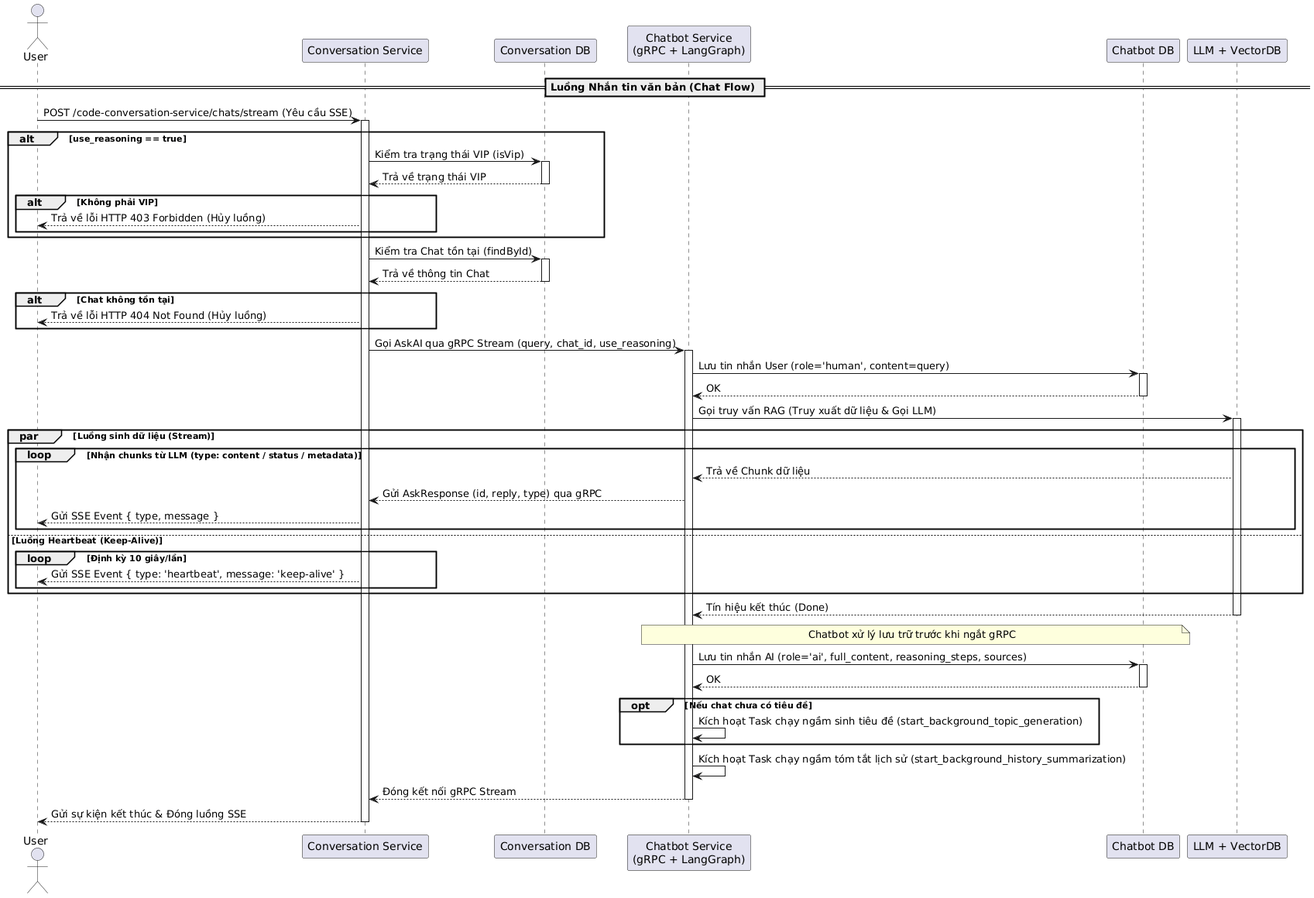
Above: temp/05-sequence/UML-Sequence-17.png in 20206205Tech/docs-uml (PlantUML), before the change.
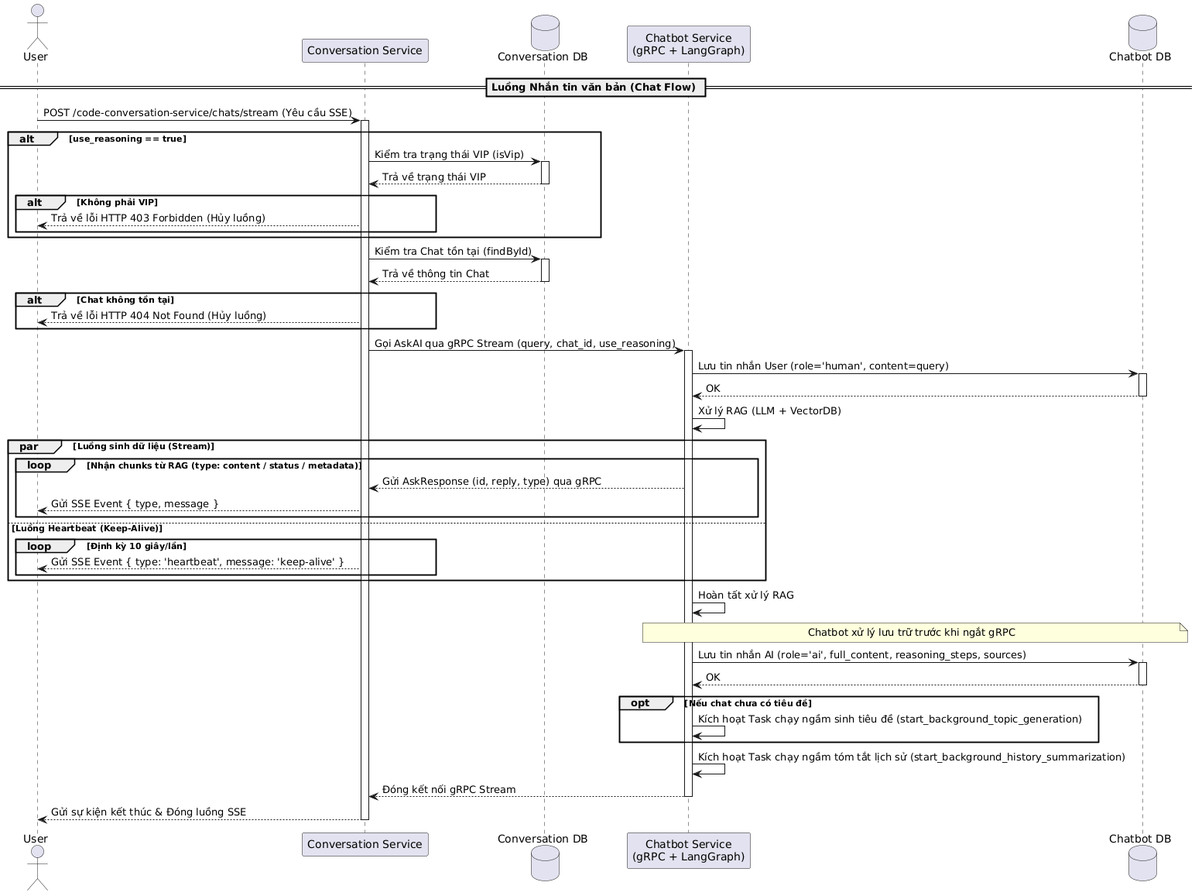
After the commit.

Diff of the diagram source:
```diff
@@ -1,10 +1,9 @@
 @startuml
 actor User as User
 participant "Conversation Service" as ConvService
-participant "Conversation DB" as ConvDB
+database "Conversation DB" as ConvDB
 participant "Chatbot Service\n(gRPC + LangGraph)" as Chatbot
-participant "Chatbot DB" as ChatbotDB
-participant "LLM + VectorDB" as LLM
+database "Chatbot DB" as ChatbotDB
 
 == Luồng Nhắn tin văn bản (Chat Flow) ==
 User -> ConvService: POST /code-conversation-service/chats/stream (Yêu cầu SSE)
@@ -36,12 +35,10 @@
 ChatbotDB --> Chatbot: OK
 deactivate ChatbotDB
 
-Chatbot -> LLM: Gọi truy vấn RAG (Truy xuất dữ liệu & Gọi LLM)
-activate LLM
+Chatbot -> Chatbot: Xử lý RAG (LLM + VectorDB)
 
 par Luồng sinh dữ liệu (Stream)
-    loop Nhận chunks từ LLM (type: content / status / metadata)
-        LLM --> Chatbot: Trả về Chunk dữ liệu
+    loop Nhận chunks từ RAG (type: content / status / metadata)
         Chatbot --> ConvService: Gửi AskResponse (id, reply, type) qua gRPC
         ConvService --> User: Gửi SSE Event { type, message }
     end
@@ -51,8 +48,7 @@
     end
 end
 
-LLM --> Chatbot: Tín hiệu kết thúc (Done)
-deactivate LLM
+Chatbot -> Chatbot: Hoàn tất xử lý RAG
 
 note over Chatbot, ChatbotDB: Chatbot xử lý lưu trữ trước khi ngắt gRPC
 Chatbot -> ChatbotDB: Lưu tin nhắn AI (role='ai', full_content, reasoning_steps, sources)
```
